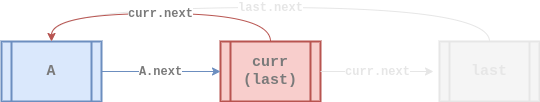
rolemadelen/euisblue.github.io keeps this draw.io diagram as assets/images/data-structure/linked-list/cll-singly-remove-at2.png. Above is the earlier version. Source tidied: cells renumbered, new cells last; positions are measured from the earlier drawing's top-left corner, leaving out a move shared by most shapes.
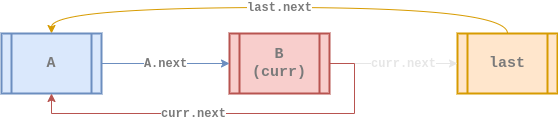
The same diagram one commit later.

What changed in the source:
```diff
@@ -2,41 +2,35 @@
   <root>
     <mxCell id="0" />
     <mxCell id="1" parent="0" />
-    <mxCell id="2" value="&lt;b&gt;&lt;font style=&quot;font-size: 15px&quot; face=&quot;Courier New&quot; color=&quot;#7a7a7a&quot;&gt;curr&lt;br&gt;(last)&lt;br&gt;&lt;/font&gt;&lt;/b&gt;" style="shape=process;whiteSpace=wrap;html=1;backgroundOutline=1;fillColor=#f8cecc;strokeColor=#b85450;gradientDirection=east;strokeWidth=2;shadow=0;glass=0;sketch=0;fontStyle=0;" parent="1" vertex="1">
-      <mxGeometry x="219" y="34" width="100" height="60" as="geometry" />
+    <mxCell id="2" value="&lt;b style=&quot;color: rgb(0 , 0 , 0) ; font-size: 11px ; font-style: normal ; letter-spacing: normal ; text-align: center ; text-indent: 0px ; text-transform: none ; word-spacing: 0px ; font-family: &amp;#34;courier new&amp;#34;&quot;&gt;&lt;font color=&quot;#7a7a7a&quot; style=&quot;font-size: 12px&quot;&gt;last.next&lt;/font&gt;&lt;/b&gt;" style="edgeStyle=orthogonalEdgeStyle;rounded=0;jettySize=auto;html=1;exitX=0.5;exitY=0;exitDx=0;exitDy=0;entryX=0.5;entryY=0;entryDx=0;entryDy=0;strokeColor=#d79b00;curved=1;fillColor=#ffe6cc;" parent="1" edge="1" source="3" target="7">
+      <mxGeometry relative="1" as="geometry">
+        <Array as="points">
+          <mxPoint x="558" y="-58" />
+          <mxPoint x="102" y="-58" />
+        </Array>
+      </mxGeometry>
     </mxCell>
-    <mxCell id="3" value="&lt;b style=&quot;font-size: 11px; letter-spacing: normal; text-align: center; text-indent: 0px; text-transform: none; word-spacing: 0px; font-family: &amp;quot;courier new&amp;quot;;&quot;&gt;&lt;font style=&quot;font-size: 12px&quot; color=&quot;#7a7a7a&quot;&gt;A.next&lt;/font&gt;&lt;/b&gt;" style="edgeStyle=orthogonalEdgeStyle;curved=1;rounded=0;sketch=0;jettySize=auto;html=1;exitX=1;exitY=0.5;exitDx=0;exitDy=0;entryX=0;entryY=0.5;entryDx=0;entryDy=0;strokeColor=#6c8ebf;strokeWidth=1;fillColor=#dae8fc;fontStyle=0;" parent="1" edge="1" source="4" target="2">
-      <mxGeometry x="-0.01" relative="1" as="geometry">
-        <Array as="points">
-          <mxPoint x="161" y="64" />
-          <mxPoint x="161" y="64" />
-        </Array>
-      </mxGeometry>
+    <mxCell id="3" value="&lt;b&gt;&lt;font style=&quot;font-size: 15px ; font-style: normal&quot; face=&quot;Courier New&quot; color=&quot;#7a7a7a&quot;&gt;last&lt;/font&gt;&lt;/b&gt;" style="shape=process;whiteSpace=wrap;html=1;backgroundOutline=1;fillColor=#ffe6cc;strokeColor=#d79b00;gradientDirection=east;strokeWidth=2;shadow=0;glass=0;sketch=0;fontStyle=2;" parent="1" vertex="1">
+      <mxGeometry x="508" y="-32" width="100" height="60" as="geometry" />
     </mxCell>
-    <mxCell id="4" value="&lt;div&gt;&lt;font color=&quot;#7a7a7a&quot; face=&quot;courier new&quot; style=&quot;font-size: 15px&quot;&gt;A&lt;/font&gt;&lt;/div&gt;" style="shape=process;whiteSpace=wrap;html=1;backgroundOutline=1;fillColor=#dae8fc;strokeColor=#6c8ebf;gradientDirection=east;strokeWidth=2;shadow=0;glass=0;align=center;sketch=0;fontStyle=1;" parent="1" vertex="1">
-      <mxGeometry y="34" width="100" height="60" as="geometry" />
+    <mxCell id="4" value="&lt;b style=&quot;font-size: 11px ; letter-spacing: normal ; text-align: center ; text-indent: 0px ; text-transform: none ; word-spacing: 0px ; font-family: &amp;#34;courier new&amp;#34;&quot;&gt;&lt;font style=&quot;font-size: 12px&quot; color=&quot;#e6e6e6&quot;&gt;curr.next&lt;/font&gt;&lt;/b&gt;" style="rounded=0;sketch=0;jettySize=auto;html=1;exitX=1;exitY=0.5;exitDx=0;exitDy=0;entryX=0;entryY=0.5;entryDx=0;entryDy=0;strokeWidth=1;fillColor=#f8cecc;fontStyle=0;strokeColor=#E6E6E6;" parent="1" edge="1" source="5" target="3">
+      <mxGeometry x="0.16" relative="1" as="geometry" />
     </mxCell>
-    <mxCell id="5" value="&lt;font face=&quot;courier new&quot; color=&quot;#e6e6e6&quot;&gt;&lt;span style=&quot;font-size: 12px&quot;&gt;&lt;b&gt;last.next&lt;/b&gt;&lt;/span&gt;&lt;/font&gt;" style="edgeStyle=orthogonalEdgeStyle;curved=1;rounded=0;sketch=0;jettySize=auto;html=1;exitX=0.5;exitY=0;exitDx=0;exitDy=0;entryX=0.5;entryY=0;entryDx=0;entryDy=0;strokeWidth=1;fillColor=#ffe6cc;fontStyle=0;strokeColor=#E6E6E6;" parent="1" edge="1" source="6" target="4">
-      <mxGeometry relative="1" as="geometry">
-        <Array as="points">
-          <mxPoint x="488" />
-          <mxPoint x="50" />
-        </Array>
-      </mxGeometry>
+    <mxCell id="5" value="&lt;div&gt;&lt;font color=&quot;#7a7a7a&quot; face=&quot;courier new&quot; style=&quot;font-size: 15px&quot;&gt;B&lt;/font&gt;&lt;/div&gt;&lt;div&gt;&lt;font color=&quot;#7a7a7a&quot; face=&quot;courier new&quot; style=&quot;font-size: 15px&quot;&gt;(curr)&lt;/font&gt;&lt;/div&gt;" style="shape=process;whiteSpace=wrap;html=1;backgroundOutline=1;fillColor=#f8cecc;strokeColor=#b85450;gradientDirection=east;strokeWidth=2;shadow=0;glass=0;align=center;sketch=0;fontStyle=1;" parent="1" vertex="1">
+      <mxGeometry x="280" y="-32" width="100" height="60" as="geometry" />
     </mxCell>
-    <mxCell id="6" value="&lt;div&gt;&lt;font face=&quot;courier new&quot; color=&quot;#e6e6e6&quot;&gt;&lt;span style=&quot;font-size: 15px&quot;&gt;&lt;b&gt;last&lt;/b&gt;&lt;/span&gt;&lt;/font&gt;&lt;/div&gt;" style="shape=process;whiteSpace=wrap;html=1;backgroundOutline=1;fillColor=#f5f5f5;gradientDirection=east;strokeWidth=2;shadow=0;glass=0;align=center;sketch=0;fontStyle=0;fontColor=#333333;strokeColor=#E6E6E6;" parent="1" vertex="1">
-      <mxGeometry x="438" y="34" width="100" height="60" as="geometry" />
+    <mxCell id="6" value="&lt;font color=&quot;#7a7a7a&quot; face=&quot;courier new&quot;&gt;&lt;span style=&quot;font-size: 12px&quot;&gt;&lt;b&gt;A.next&lt;/b&gt;&lt;/span&gt;&lt;/font&gt;" style="edgeStyle=orthogonalEdgeStyle;curved=1;rounded=0;jettySize=auto;html=1;exitX=1;exitY=0.5;exitDx=0;exitDy=0;entryX=0;entryY=0.5;entryDx=0;entryDy=0;fillColor=#dae8fc;strokeColor=#6c8ebf;" parent="1" edge="1" source="7" target="5">
+      <mxGeometry relative="1" as="geometry" />
     </mxCell>
-    <mxCell id="7" value="&lt;font face=&quot;Courier New&quot; size=&quot;1&quot; color=&quot;#e6e6e6&quot;&gt;&lt;b style=&quot;font-size: 12px&quot;&gt;curr.next&lt;/b&gt;&lt;/font&gt;" style="rounded=0;jettySize=auto;html=1;exitX=1;exitY=0.5;exitDx=0;exitDy=0;endArrow=classic;endFill=1;strokeWidth=1;fillColor=#f8cecc;fontStyle=0;strokeColor=#E6E6E6;" parent="1" edge="1" source="2">
-      <mxGeometry x="0.01" relative="1" as="geometry">
-        <mxPoint x="432" y="64" as="targetPoint" />
-      </mxGeometry>
+    <mxCell id="7" value="&lt;div&gt;&lt;font color=&quot;#7a7a7a&quot; face=&quot;courier new&quot;&gt;&lt;span style=&quot;font-size: 15px&quot;&gt;A&lt;/span&gt;&lt;/font&gt;&lt;/div&gt;" style="shape=process;whiteSpace=wrap;html=1;backgroundOutline=1;fillColor=#dae8fc;strokeColor=#6c8ebf;gradientDirection=east;strokeWidth=2;shadow=0;glass=0;align=center;sketch=0;fontStyle=1;" parent="1" vertex="1">
+      <mxGeometry x="52" y="-32" width="100" height="60" as="geometry" />
     </mxCell>
-    <mxCell id="8" value="&lt;meta charset=&quot;utf-8&quot;&gt;&lt;b style=&quot;color: rgb(122, 122, 122); font-family: &amp;quot;courier new&amp;quot;; font-style: normal; letter-spacing: normal; text-align: center; text-indent: 0px; text-transform: none; word-spacing: 0px; background-color: rgb(255, 255, 255); font-size: 12px;&quot;&gt;curr.next&lt;/b&gt;" style="edgeStyle=orthogonalEdgeStyle;curved=1;rounded=0;sketch=0;jettySize=auto;html=1;exitX=0.5;exitY=0;exitDx=0;exitDy=0;entryX=0.5;entryY=0;entryDx=0;entryDy=0;strokeColor=#b85450;strokeWidth=1;fillColor=#f8cecc;" parent="1" edge="1" source="2" target="4">
-      <mxGeometry relative="1" as="geometry">
+    <mxCell id="8" value="&lt;b style=&quot;font-size: 11px ; letter-spacing: normal ; text-align: center ; text-indent: 0px ; text-transform: none ; word-spacing: 0px ; font-family: &amp;#34;courier new&amp;#34;&quot;&gt;&lt;font style=&quot;font-size: 12px&quot; color=&quot;#7a7a7a&quot;&gt;curr.next&lt;/font&gt;&lt;/b&gt;" style="rounded=0;sketch=0;jettySize=auto;html=1;exitX=1;exitY=0.5;exitDx=0;exitDy=0;entryX=0.5;entryY=1;entryDx=0;entryDy=0;strokeColor=#b85450;strokeWidth=1;fillColor=#f8cecc;fontStyle=0;edgeStyle=orthogonalEdgeStyle;elbow=vertical;" parent="1" edge="1" source="5" target="7">
+      <mxGeometry x="0.19" relative="1" as="geometry">
         <Array as="points">
-          <mxPoint x="269" y="6" />
-          <mxPoint x="50" y="6" />
+          <mxPoint x="405" y="-2" />
+          <mxPoint x="405" y="48" />
+          <mxPoint x="102" y="48" />
         </Array>
       </mxGeometry>
     </mxCell>
```
